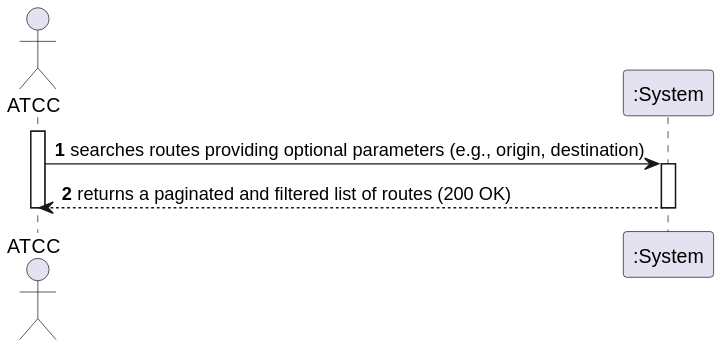
Andre-1240567/psoft2026_2DB_1240567_1241013_1240624 keeps this PlantUML diagram as docs/use-cases/WP#3A/US114/svg/US114-SSD.svg. Above is the earlier version. The source it was exported from:
```plantuml
@startuml
autonumber
actor "ATCC" as Actor
participant ":System" as System

activate Actor
Actor -> System: searches routes providing optional parameters (e.g., origin, destination)
activate System
System --> Actor: returns a paginated and filtered list of routes (200 OK)
deactivate System
deactivate Actor
@enduml
```
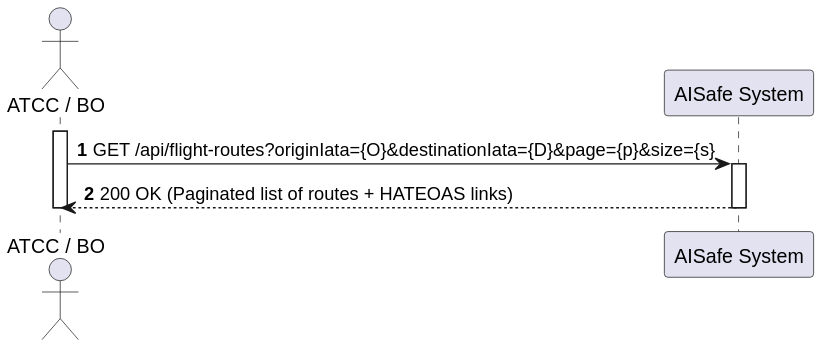
The same file after the commit.

Change to the diagram source:
```diff
@@ -1,12 +1,12 @@
 @startuml
 autonumber
-actor "ATCC" as Actor
-participant ":System" as System
+actor "ATCC / BO" as Actor
+participant "AISafe System" as System
 
 activate Actor
-Actor -> System: searches routes providing optional parameters (e.g., origin, destination)
+Actor -> System: GET /api/flight-routes?originIata={O}&destinationIata={D}&page={p}&size={s}
 activate System
-System --> Actor: returns a paginated and filtered list of routes (200 OK)
+System --> Actor: 200 OK (Paginated list of routes + HATEOAS links)
 deactivate System
 deactivate Actor
 @enduml
```
